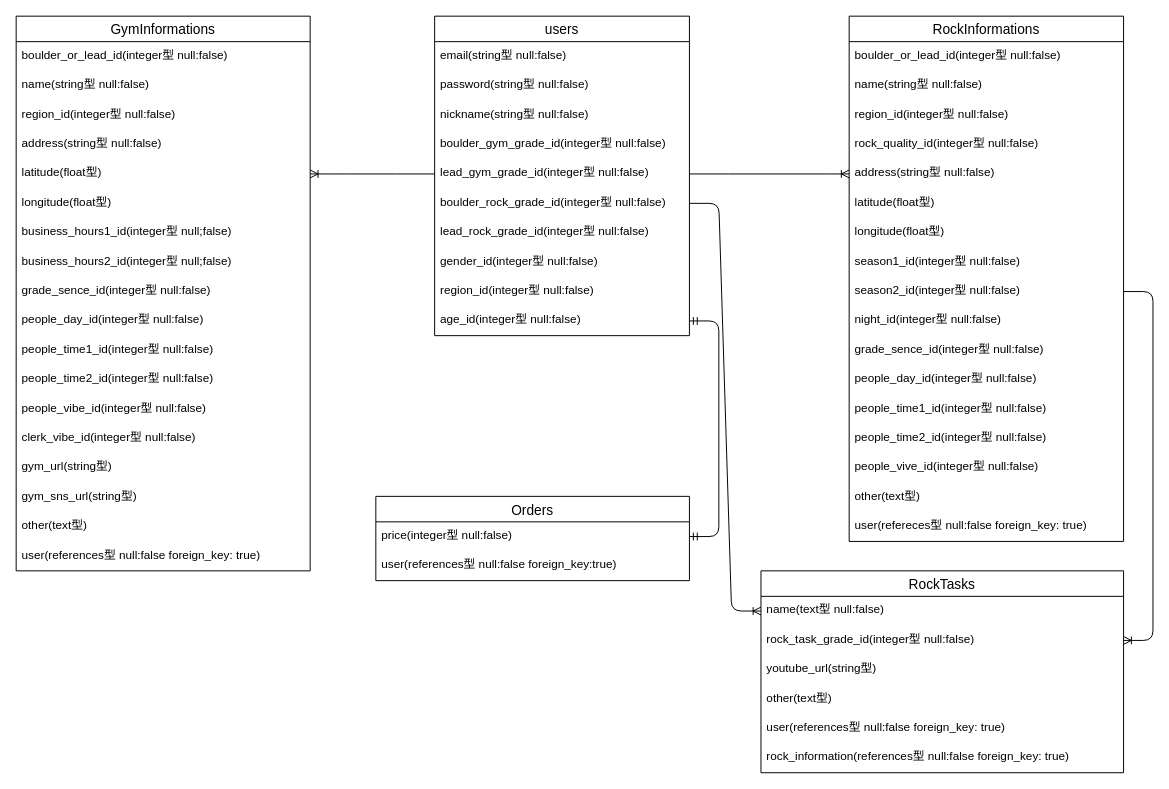
This is er.dio from naonao-program/climbing-app1, a draw.io file, before an edit. Source tidied: cells renumbered, new cells numbered last; positions are measured from the earlier drawing's top-left corner, leaving out a move shared by most shapes. Both pictures are drawn from the tidied source at 98%, with x=0, y=0 at pixel (16, 16).
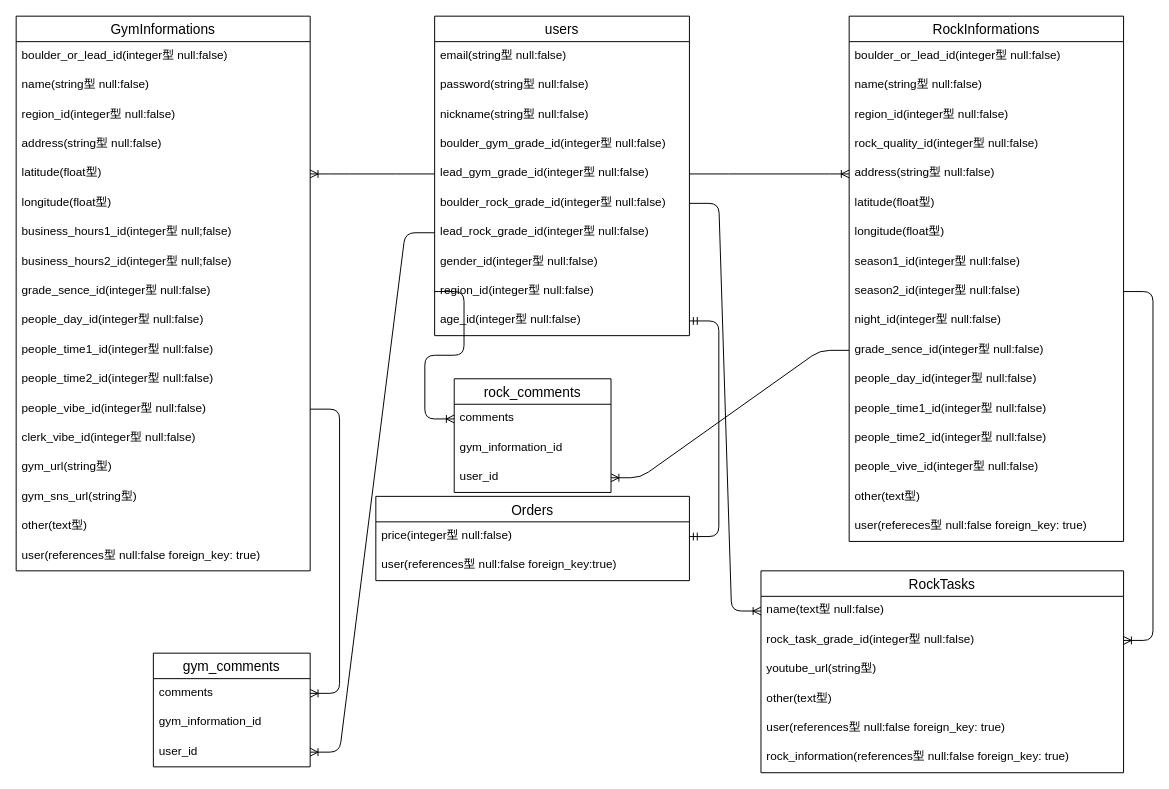
After the change.

The change refers to these unchanged cells:
```xml
<mxCell id="9" value="lead_rock_grade_id(integer型 null:false)" style="text;strokeColor=none;fillColor=none;spacingLeft=4;spacingRight=4;overflow=hidden;points=[[0,0.5],[1,0.5]];portConstraint=eastwest;fontSize=12;" parent="2" vertex="1">
  <mxGeometry y="206" width="260" height="30" as="geometry" />
</mxCell>
<mxCell id="11" value="region_id(integer型 null:false)" style="text;strokeColor=none;fillColor=none;spacingLeft=4;spacingRight=4;overflow=hidden;points=[[0,0.5],[1,0.5]];portConstraint=eastwest;fontSize=12;" parent="2" vertex="1">
  <mxGeometry y="266" width="260" height="30" as="geometry" />
</mxCell>
<mxCell id="24" value="grade_sence_id(integer型 null:false)" style="text;strokeColor=none;fillColor=none;spacingLeft=4;spacingRight=4;overflow=hidden;points=[[0,0.5],[1,0.5]];portConstraint=eastwest;fontSize=12;" parent="13" vertex="1">
  <mxGeometry y="326" width="280" height="30" as="geometry" />
</mxCell>
<mxCell id="45" value="people_vibe_id(integer型 null:false)" style="text;strokeColor=none;fillColor=none;spacingLeft=4;spacingRight=4;overflow=hidden;points=[[0,0.5],[1,0.5]];portConstraint=eastwest;fontSize=12;" parent="32" vertex="1">
  <mxGeometry y="386" width="300" height="30" as="geometry" />
</mxCell>
```

Diff of the diagram source:
```diff
@@
+    <mxCell id="65" value="gym_comments" style="swimlane;fontStyle=0;horizontal=1;startSize=26;align=center;fontSize=14;" parent="1" vertex="1">
+      <mxGeometry x="140" y="650" width="160" height="116" as="geometry" />
+    </mxCell>
+    <mxCell id="66" value="comments" style="text;strokeColor=none;fillColor=none;spacingLeft=4;spacingRight=4;overflow=hidden;points=[[0,0.5],[1,0.5]];portConstraint=eastwest;fontSize=12;" parent="65" vertex="1">
+      <mxGeometry y="26" width="160" height="30" as="geometry" />
+    </mxCell>
+    <mxCell id="67" value="gym_information_id" style="text;strokeColor=none;fillColor=none;spacingLeft=4;spacingRight=4;overflow=hidden;fontSize=12;" parent="65" vertex="1">
+      <mxGeometry y="56" width="160" height="30" as="geometry" />
+    </mxCell>
+    <mxCell id="68" value="user_id" style="text;strokeColor=none;fillColor=none;spacingLeft=4;spacingRight=4;overflow=hidden;points=[[0,0.5],[1,0.5]];portConstraint=eastwest;fontSize=12;" parent="65" vertex="1">
+      <mxGeometry y="86" width="160" height="30" as="geometry" />
+    </mxCell>
+    <mxCell id="69" value="rock_comments" style="swimlane;fontStyle=0;horizontal=1;startSize=26;align=center;fontSize=14;" parent="1" vertex="1">
+      <mxGeometry x="447" y="370" width="160" height="116" as="geometry" />
+    </mxCell>
+    <mxCell id="70" value="comments" style="text;strokeColor=none;fillColor=none;spacingLeft=4;spacingRight=4;overflow=hidden;points=[[0,0.5],[1,0.5]];portConstraint=eastwest;fontSize=12;" parent="69" vertex="1">
+      <mxGeometry y="26" width="160" height="30" as="geometry" />
+    </mxCell>
+    <mxCell id="71" value="gym_information_id" style="text;strokeColor=none;fillColor=none;spacingLeft=4;spacingRight=4;overflow=hidden;fontSize=12;" parent="69" vertex="1">
+      <mxGeometry y="56" width="160" height="30" as="geometry" />
+    </mxCell>
+    <mxCell id="72" value="user_id" style="text;strokeColor=none;fillColor=none;spacingLeft=4;spacingRight=4;overflow=hidden;points=[[0,0.5],[1,0.5]];portConstraint=eastwest;fontSize=12;" parent="69" vertex="1">
+      <mxGeometry y="86" width="160" height="30" as="geometry" />
+    </mxCell>
+    <mxCell id="73" style="edgeStyle=entityRelationEdgeStyle;fontSize=12;html=1;endArrow=ERoneToMany;entryX=1;entryY=0.5;entryDx=0;entryDy=0;exitX=0;exitY=0.5;exitDx=0;exitDy=0;" parent="1" edge="1" source="9" target="68">
+      <mxGeometry relative="1" as="geometry" />
+    </mxCell>
+    <mxCell id="74" style="edgeStyle=entityRelationEdgeStyle;fontSize=12;html=1;endArrow=ERoneToMany;exitX=1;exitY=0.5;exitDx=0;exitDy=0;entryX=1;entryY=0.5;entryDx=0;entryDy=0;" parent="1" edge="1" source="45" target="66">
+      <mxGeometry relative="1" as="geometry" />
+    </mxCell>
+    <mxCell id="75" style="edgeStyle=entityRelationEdgeStyle;fontSize=12;html=1;endArrow=ERoneToMany;entryX=1;entryY=0.5;entryDx=0;entryDy=0;exitX=0;exitY=0.5;exitDx=0;exitDy=0;" parent="1" edge="1" source="24" target="72">
+      <mxGeometry relative="1" as="geometry" />
+    </mxCell>
+    <mxCell id="76" style="edgeStyle=entityRelationEdgeStyle;fontSize=12;html=1;endArrow=ERoneToMany;entryX=0;entryY=0.5;entryDx=0;entryDy=0;exitX=0;exitY=0.5;exitDx=0;exitDy=0;" parent="1" edge="1" source="11" target="70">
+      <mxGeometry relative="1" as="geometry" />
+    </mxCell>
```
